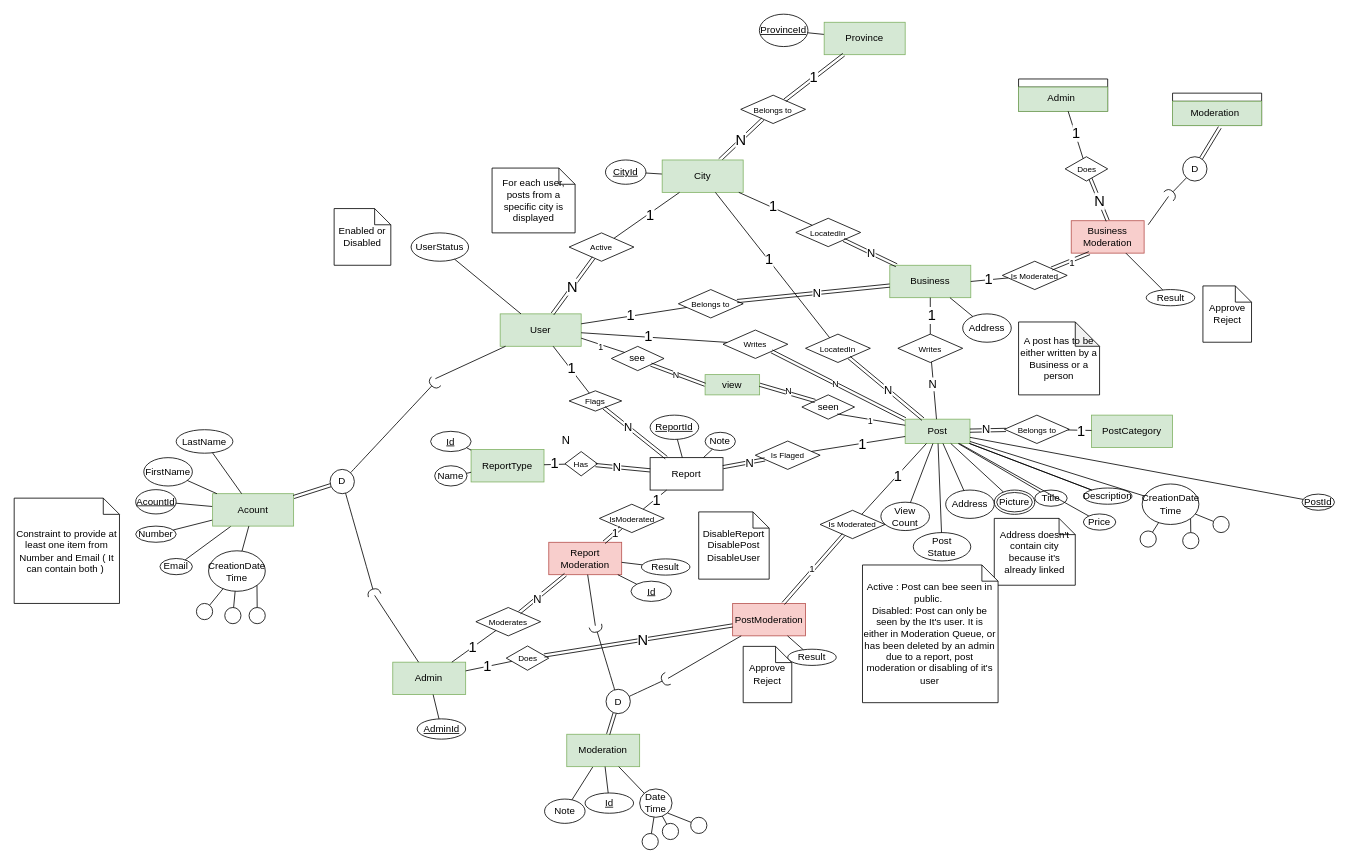
khebrati/HamsellDatabase keeps this draw.io diagram as Project.drawio. Above is the earlier version. Source tidied: cells renumbered, new cells numbered last; positions are measured from the earlier drawing's top-left corner, leaving out a move shared by most shapes. Both pictures are drawn from the tidied source at 81%, with x=0, y=0 at pixel (14, 14).
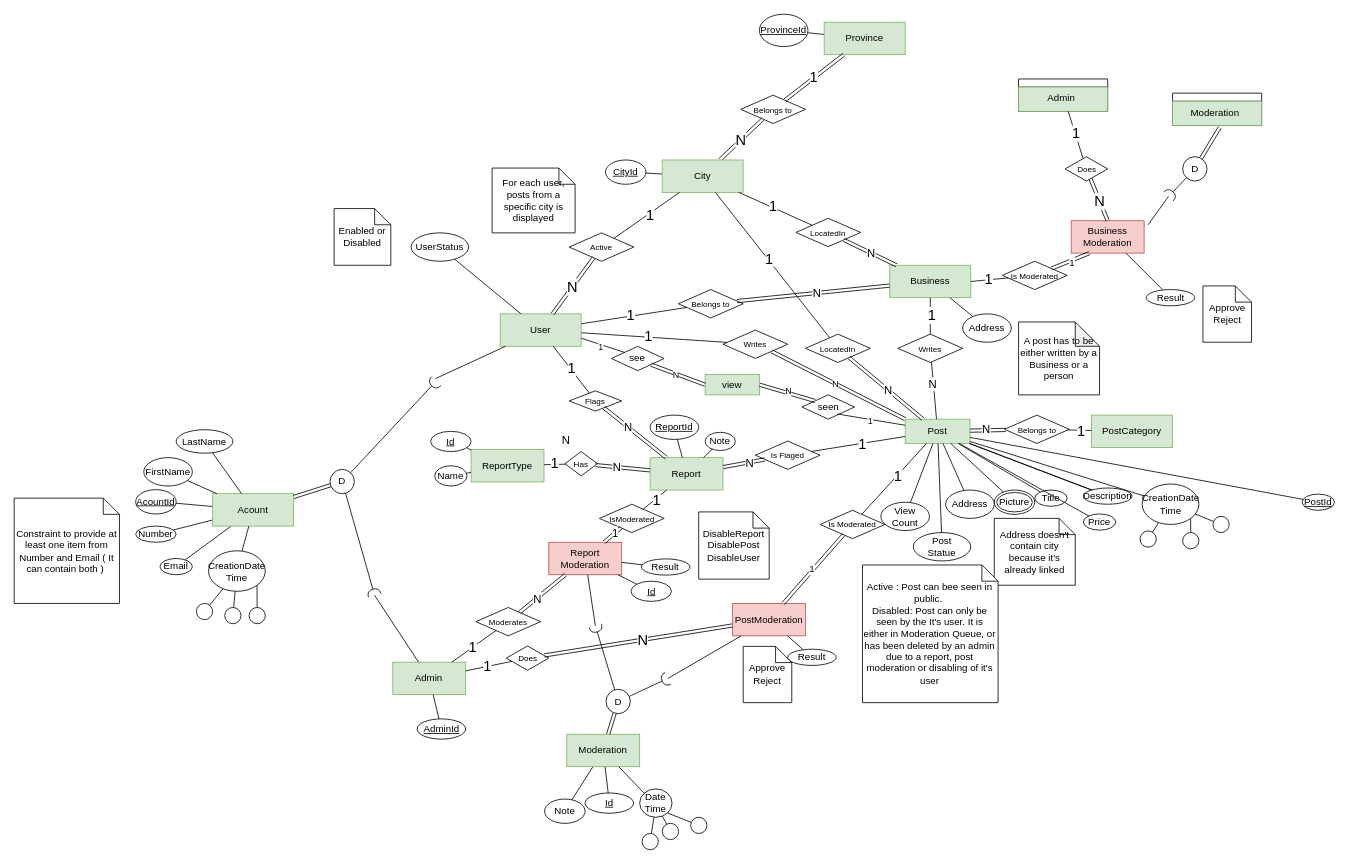
The same page after the edit.

Commit message (it also covers changes not shown here):
PostModeration table updated

What changed in the source:
```diff
@@
-    <mxCell id="14" value="Report" style="whiteSpace=wrap;html=1;align=center;" parent="1" vertex="1">
+    <mxCell id="14" value="Report" style="whiteSpace=wrap;html=1;align=center;fillColor=#d5e8d4;strokeColor=#82b366;" parent="1" vertex="1">
       <mxGeometry x="785.1" y="547.5" width="90" height="40" as="geometry" />
     </mxCell>
```
